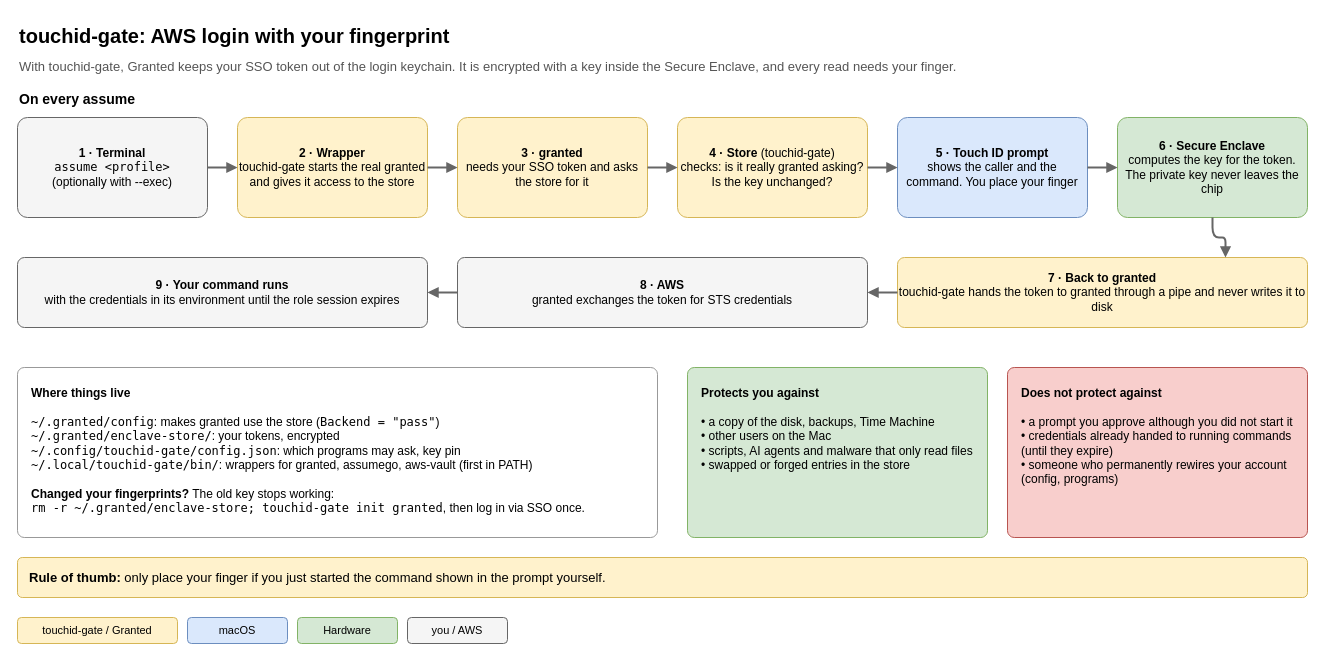
Above: docs/overview.drawio in saefty/touchid-gate (draw.io), before the change. Source tidied: cells renumbered, new cells numbered last; positions are measured from the earlier drawing's top-left corner, leaving out a move shared by most shapes. Both pictures are drawn from the tidied source at 100%, with x=0, y=0 at pixel (17, 17).
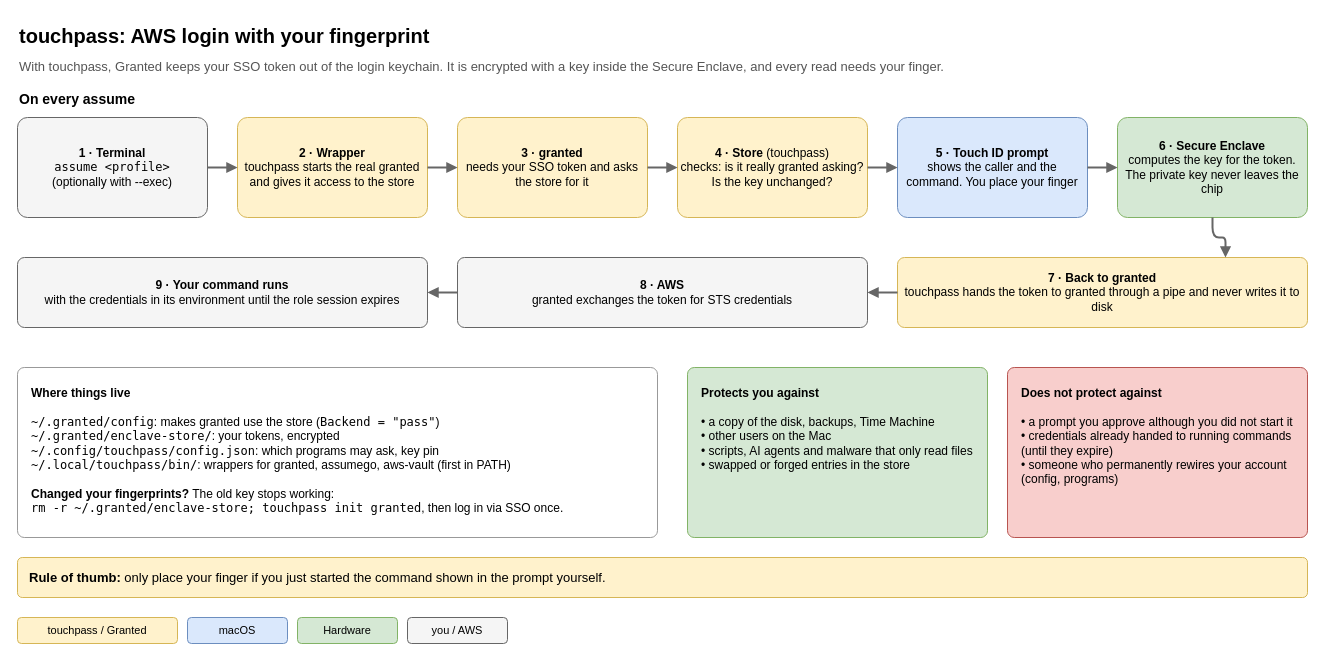
The same diagram, later.

Change to the diagram source:
```diff
@@
-    <mxCell id="2" value="&lt;b&gt;touchid-gate: AWS login with your fingerprint&lt;/b&gt;" style="text;html=1;fontSize=20;align=left;verticalAlign=middle;" parent="1" vertex="1">
+    <mxCell id="2" value="&lt;b&gt;touchpass: AWS login with your fingerprint&lt;/b&gt;" style="text;html=1;fontSize=20;align=left;verticalAlign=middle;" parent="1" vertex="1">
       <mxGeometry width="700" height="36" as="geometry" />
     </mxCell>
-    <mxCell id="3" value="With touchid-gate, Granted keeps your SSO token out of the login keychain. It is encrypted with a key inside the Secure Enclave, and every read needs your finger." style="text;html=1;fontSize=13;align=left;verticalAlign=middle;fontColor=#555555;" parent="1" vertex="1">
+    <mxCell id="3" value="With touchpass, Granted keeps your SSO token out of the login keychain. It is encrypted with a key inside the Secure Enclave, and every read needs your finger." style="text;html=1;fontSize=13;align=left;verticalAlign=middle;fontColor=#555555;" parent="1" vertex="1">
       <mxGeometry y="36" width="1290" height="26" as="geometry" />
     </mxCell>
@@
-    <mxCell id="6" value="&lt;b&gt;2 · Wrapper&lt;/b&gt;&lt;br&gt;touchid-gate starts the real granted and gives it access to the store" style="rounded=1;whiteSpace=wrap;html=1;fillColor=#fff2cc;strokeColor=#d6b656;fontSize=12;arcSize=10;" parent="1" vertex="1">
+    <mxCell id="6" value="&lt;b&gt;2 · Wrapper&lt;/b&gt;&lt;br&gt;touchpass starts the real granted and gives it access to the store" style="rounded=1;whiteSpace=wrap;html=1;fillColor=#fff2cc;strokeColor=#d6b656;fontSize=12;arcSize=10;" parent="1" vertex="1">
       <mxGeometry x="220" y="100" width="190" height="100" as="geometry" />
     </mxCell>
@@
-    <mxCell id="8" value="&lt;b&gt;4 · Store&lt;/b&gt; (touchid-gate)&lt;br&gt;checks: is it really granted asking? Is the key unchanged?" style="rounded=1;whiteSpace=wrap;html=1;fillColor=#fff2cc;strokeColor=#d6b656;fontSize=12;arcSize=10;" parent="1" vertex="1">
+    <mxCell id="8" value="&lt;b&gt;4 · Store&lt;/b&gt; (touchpass)&lt;br&gt;checks: is it really granted asking? Is the key unchanged?" style="rounded=1;whiteSpace=wrap;html=1;fillColor=#fff2cc;strokeColor=#d6b656;fontSize=12;arcSize=10;" parent="1" vertex="1">
       <mxGeometry x="660" y="100" width="190" height="100" as="geometry" />
     </mxCell>
@@
-    <mxCell id="11" value="&lt;b&gt;7 · Back to granted&lt;/b&gt;&lt;br&gt;touchid-gate hands the token to granted through a pipe and never writes it to disk" style="rounded=1;whiteSpace=wrap;html=1;fillColor=#fff2cc;strokeColor=#d6b656;fontSize=12;arcSize=10;" parent="1" vertex="1">
+    <mxCell id="11" value="&lt;b&gt;7 · Back to granted&lt;/b&gt;&lt;br&gt;touchpass hands the token to granted through a pipe and never writes it to disk" style="rounded=1;whiteSpace=wrap;html=1;fillColor=#fff2cc;strokeColor=#d6b656;fontSize=12;arcSize=10;" parent="1" vertex="1">
       <mxGeometry x="880" y="240" width="410" height="70" as="geometry" />
     </mxCell>
@@
-    <mxCell id="22" value="&lt;b&gt;Where things live&lt;/b&gt;&lt;br&gt;&lt;br&gt;&lt;font face=&quot;Menlo&quot;&gt;~/.granted/config&lt;/font&gt;: makes granted use the store (&lt;font face=&quot;Menlo&quot;&gt;Backend = &quot;pass&quot;&lt;/font&gt;)&lt;br&gt;&lt;font face=&quot;Menlo&quot;&gt;~/.granted/enclave-store/&lt;/font&gt;: your tokens, encrypted&lt;br&gt;&lt;font face=&quot;Menlo&quot;&gt;~/.config/touchid-gate/config.json&lt;/font&gt;: which programs may ask, key pin&lt;br&gt;&lt;font face=&quot;Menlo&quot;&gt;~/.local/touchid-gate/bin/&lt;/font&gt;: wrappers for granted, assumego, aws-vault (first in PATH)&lt;br&gt;&lt;br&gt;&lt;b&gt;Changed your fingerprints?&lt;/b&gt; The old key stops working:&lt;br&gt;&lt;font face=&quot;Menlo&quot;&gt;rm -r ~/.granted/enclave-store; touchid-gate init granted&lt;/font&gt;, then log in via SSO once." style="rounded=1;whiteSpace=wrap;html=1;align=left;verticalAlign=top;spacing=14;fillColor=#ffffff;strokeColor=#999999;fontSize=12;arcSize=4;" parent="1" vertex="1">
+    <mxCell id="22" value="&lt;b&gt;Where things live&lt;/b&gt;&lt;br&gt;&lt;br&gt;&lt;font face=&quot;Menlo&quot;&gt;~/.granted/config&lt;/font&gt;: makes granted use the store (&lt;font face=&quot;Menlo&quot;&gt;Backend = &quot;pass&quot;&lt;/font&gt;)&lt;br&gt;&lt;font face=&quot;Menlo&quot;&gt;~/.granted/enclave-store/&lt;/font&gt;: your tokens, encrypted&lt;br&gt;&lt;font face=&quot;Menlo&quot;&gt;~/.config/touchpass/config.json&lt;/font&gt;: which programs may ask, key pin&lt;br&gt;&lt;font face=&quot;Menlo&quot;&gt;~/.local/touchpass/bin/&lt;/font&gt;: wrappers for granted, assumego, aws-vault (first in PATH)&lt;br&gt;&lt;br&gt;&lt;b&gt;Changed your fingerprints?&lt;/b&gt; The old key stops working:&lt;br&gt;&lt;font face=&quot;Menlo&quot;&gt;rm -r ~/.granted/enclave-store; touchpass init granted&lt;/font&gt;, then log in via SSO once." style="rounded=1;whiteSpace=wrap;html=1;align=left;verticalAlign=top;spacing=14;fillColor=#ffffff;strokeColor=#999999;fontSize=12;arcSize=4;" parent="1" vertex="1">
       <mxGeometry y="350" width="640" height="170" as="geometry" />
     </mxCell>
@@
-    <mxCell id="26" value="touchid-gate / Granted" style="rounded=1;whiteSpace=wrap;html=1;fillColor=#fff2cc;strokeColor=#d6b656;fontSize=11;" parent="1" vertex="1">
+    <mxCell id="26" value="touchpass / Granted" style="rounded=1;whiteSpace=wrap;html=1;fillColor=#fff2cc;strokeColor=#d6b656;fontSize=11;" parent="1" vertex="1">
       <mxGeometry y="600" width="160" height="26" as="geometry" />
     </mxCell>
```
